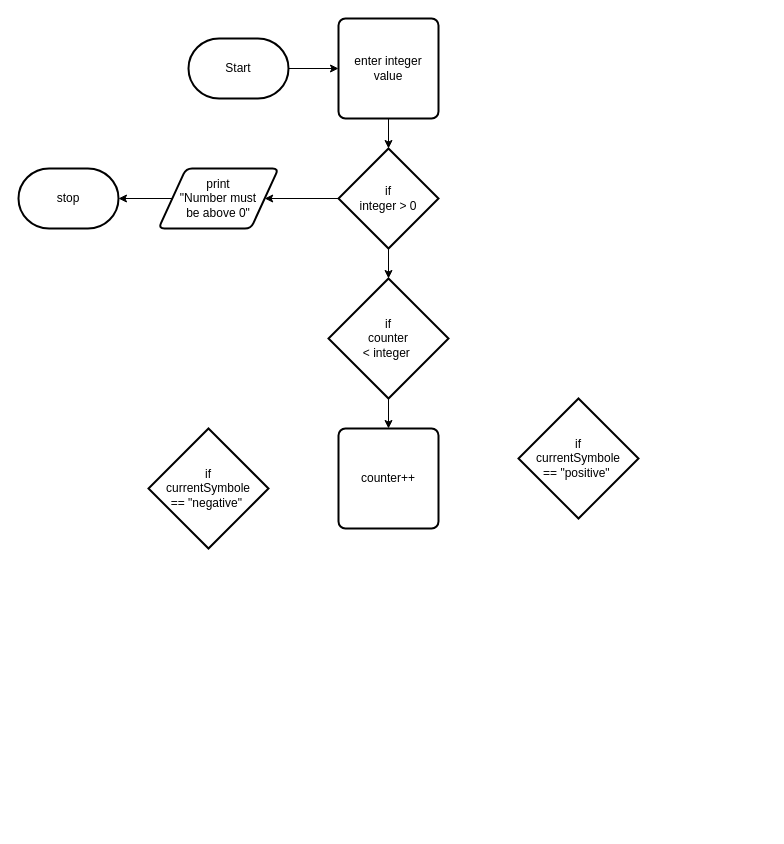
Before: fowchart.drawio in Titus-diceman/ASSIGNMENT-05-HTML, a draw.io diagram. Source tidied: cells renumbered, new cells numbered last; positions are measured from the earlier drawing's top-left corner, leaving out a move shared by most shapes. Both pictures are drawn from the tidied source at 100%, with x=0, y=0 at pixel (18, 18).
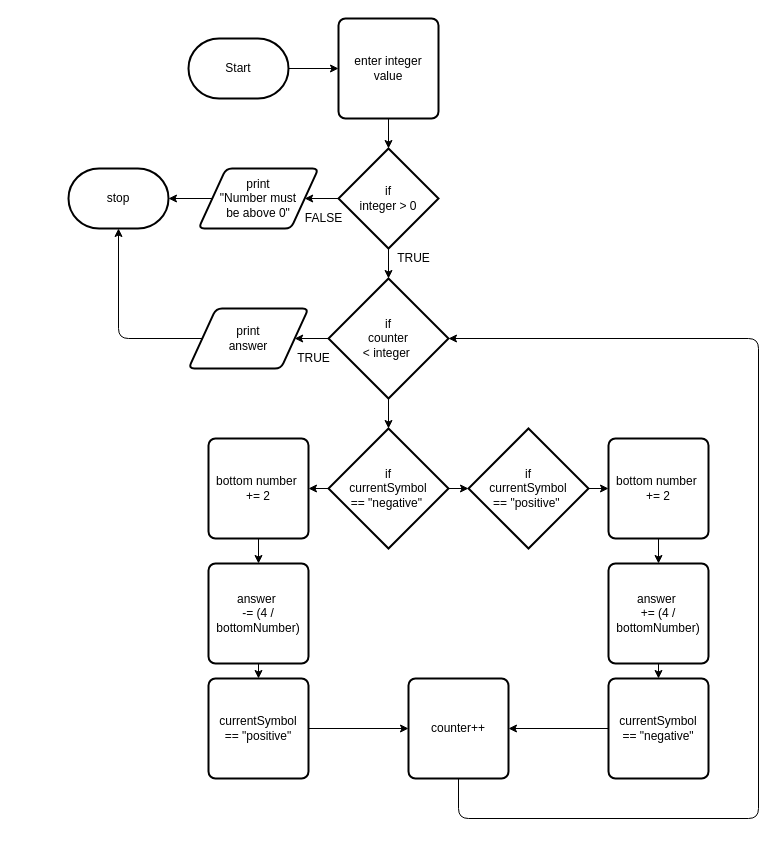
The same diagram, later.

Commit message (it also covers changes not shown here):
finished flowchart

Unchanged cells that the change refers to:
```xml
<mxCell id="14" value="if&lt;br&gt;counter&lt;br&gt;&amp;lt; integer&amp;nbsp;" style="strokeWidth=2;html=1;shape=mxgraph.flowchart.decision;whiteSpace=wrap;" parent="1" vertex="1">
  <mxGeometry x="310" y="260" width="120" height="120" as="geometry" />
</mxCell>
```

Diff of the diagram source:
```diff
@@
-    <mxCell id="10" value="print&lt;br&gt;&quot;Number must &lt;br&gt;be above 0&quot;" style="shape=parallelogram;html=1;strokeWidth=2;perimeter=parallelogramPerimeter;whiteSpace=wrap;rounded=1;arcSize=12;size=0.23;" parent="1" vertex="1">
-      <mxGeometry x="140" y="150" width="120" height="60" as="geometry" />
+    <mxCell id="10" value="print&lt;br&gt;&quot;Number must&lt;br&gt;be above 0&quot;" style="shape=parallelogram;html=1;strokeWidth=2;perimeter=parallelogramPerimeter;whiteSpace=wrap;rounded=1;arcSize=12;size=0.23;" parent="1" vertex="1">
+      <mxGeometry x="180" y="150" width="120" height="60" as="geometry" />
     </mxCell>
+    <mxCell id="17" style="edgeStyle=none;html=1;" parent="1" edge="1" source="11" target="24">
+      <mxGeometry relative="1" as="geometry" />
+    </mxCell>
+    <mxCell id="18" style="edgeStyle=none;html=1;" parent="1" edge="1" source="11" target="12">
+      <mxGeometry relative="1" as="geometry" />
+    </mxCell>
-    <mxCell id="11" value="if&lt;br&gt;currentSymbole&lt;br&gt;== &quot;negative&quot;&amp;nbsp;" style="strokeWidth=2;html=1;shape=mxgraph.flowchart.decision;whiteSpace=wrap;" parent="1" vertex="1">
-      <mxGeometry x="130" y="410" width="120" height="120" as="geometry" />
+    <mxCell id="11" value="if&lt;br&gt;currentSymbol&lt;br&gt;== &quot;negative&quot;&amp;nbsp;" style="strokeWidth=2;html=1;shape=mxgraph.flowchart.decision;whiteSpace=wrap;" parent="1" vertex="1">
+      <mxGeometry x="310" y="410" width="120" height="120" as="geometry" />
     </mxCell>
+    <mxCell id="19" style="edgeStyle=none;html=1;" parent="1" edge="1" source="12" target="39">
+      <mxGeometry relative="1" as="geometry" />
+    </mxCell>
-    <mxCell id="12" value="if&lt;br&gt;currentSymbole&lt;br&gt;== &quot;positive&quot;&amp;nbsp;" style="strokeWidth=2;html=1;shape=mxgraph.flowchart.decision;whiteSpace=wrap;" parent="1" vertex="1">
-      <mxGeometry x="500" y="380" width="120" height="120" as="geometry" />
+    <mxCell id="12" value="if&lt;br&gt;currentSymbol&lt;br&gt;== &quot;positive&quot;&amp;nbsp;" style="strokeWidth=2;html=1;shape=mxgraph.flowchart.decision;whiteSpace=wrap;" parent="1" vertex="1">
+      <mxGeometry x="450" y="410" width="120" height="120" as="geometry" />
     </mxCell>
-    <mxCell id="13" style="edgeStyle=none;html=1;" parent="1" edge="1" source="14" target="15">
-      <mxGeometry relative="1" as="geometry" />
-    </mxCell>
+    <mxCell id="20" style="edgeStyle=none;html=1;" parent="1" edge="1" source="14" target="26">
+      <mxGeometry relative="1" as="geometry" />
+    </mxCell>
+    <mxCell id="21" style="edgeStyle=none;html=1;" parent="1" edge="1" source="14" target="11">
+      <mxGeometry relative="1" as="geometry" />
+    </mxCell>
@@
+    <mxCell id="22" style="edgeStyle=none;html=1;entryX=1;entryY=0.5;entryDx=0;entryDy=0;entryPerimeter=0;" parent="1" edge="1" source="15" target="14">
+      <mxGeometry relative="1" as="geometry">
+        <Array as="points">
+          <mxPoint x="440" y="800" />
+          <mxPoint x="740" y="800" />
+          <mxPoint x="740" y="320" />
+        </Array>
+      </mxGeometry>
+    </mxCell>
     <mxCell id="15" value="counter++" style="rounded=1;whiteSpace=wrap;html=1;absoluteArcSize=1;arcSize=14;strokeWidth=2;" parent="1" vertex="1">
-      <mxGeometry x="320" y="410" width="100" height="100" as="geometry" />
+      <mxGeometry x="390" y="660" width="100" height="100" as="geometry" />
     </mxCell>
     <mxCell id="16" value="stop" style="strokeWidth=2;html=1;shape=mxgraph.flowchart.terminator;whiteSpace=wrap;" parent="1" vertex="1">
-      <mxGeometry y="150" width="100" height="60" as="geometry" />
+      <mxGeometry x="50" y="150" width="100" height="60" as="geometry" />
     </mxCell>
+    <mxCell id="23" style="edgeStyle=none;html=1;" parent="1" edge="1" source="24" target="33">
+      <mxGeometry relative="1" as="geometry" />
+    </mxCell>
+    <mxCell id="24" value="bottom number&amp;nbsp;&lt;br&gt;+= 2" style="rounded=1;whiteSpace=wrap;html=1;absoluteArcSize=1;arcSize=14;strokeWidth=2;" parent="1" vertex="1">
+      <mxGeometry x="190" y="420" width="100" height="100" as="geometry" />
+    </mxCell>
+    <mxCell id="25" style="edgeStyle=none;html=1;" parent="1" edge="1" source="26" target="16">
+      <mxGeometry relative="1" as="geometry">
+        <Array as="points">
+          <mxPoint x="100" y="320" />
+        </Array>
+      </mxGeometry>
+    </mxCell>
+    <mxCell id="26" value="print&lt;br&gt;answer" style="shape=parallelogram;html=1;strokeWidth=2;perimeter=parallelogramPerimeter;whiteSpace=wrap;rounded=1;arcSize=12;size=0.23;" parent="1" vertex="1">
+      <mxGeometry x="170" y="290" width="120" height="60" as="geometry" />
+    </mxCell>
+    <mxCell id="27" value="TRUE" style="text;html=1;align=center;verticalAlign=middle;strokeColor=none;fillColor=none;" parent="1" vertex="1">
+      <mxGeometry x="370" y="230" width="50" height="20" as="geometry" />
+    </mxCell>
+    <mxCell id="28" value="FALSE" style="text;html=1;align=center;verticalAlign=middle;strokeColor=none;fillColor=none;" parent="1" vertex="1">
+      <mxGeometry x="280" y="190" width="50" height="20" as="geometry" />
+    </mxCell>
+    <mxCell id="29" value="TRUE" style="text;html=1;align=center;verticalAlign=middle;strokeColor=none;fillColor=none;" parent="1" vertex="1">
+      <mxGeometry x="270" y="330" width="50" height="20" as="geometry" />
+    </mxCell>
+    <mxCell id="30" style="edgeStyle=none;html=1;" parent="1" edge="1" source="31" target="15">
+      <mxGeometry relative="1" as="geometry" />
+    </mxCell>
+    <mxCell id="31" value="currentSymbol&lt;br&gt;== &quot;positive&quot;" style="rounded=1;whiteSpace=wrap;html=1;absoluteArcSize=1;arcSize=14;strokeWidth=2;" parent="1" vertex="1">
+      <mxGeometry x="190" y="660" width="100" height="100" as="geometry" />
+    </mxCell>
+    <mxCell id="32" style="edgeStyle=none;html=1;" parent="1" edge="1" source="33" target="31">
+      <mxGeometry relative="1" as="geometry" />
+    </mxCell>
+    <mxCell id="33" value="answer&amp;nbsp;&lt;br&gt;-= (4 / bottomNumber)" style="rounded=1;whiteSpace=wrap;html=1;absoluteArcSize=1;arcSize=14;strokeWidth=2;" parent="1" vertex="1">
+      <mxGeometry x="190" y="545" width="100" height="100" as="geometry" />
+    </mxCell>
+    <mxCell id="34" style="edgeStyle=none;html=1;" parent="1" edge="1" source="35" target="37">
+      <mxGeometry relative="1" as="geometry" />
+    </mxCell>
+    <mxCell id="35" value="answer&amp;nbsp;&lt;br&gt;+= (4 / bottomNumber)" style="rounded=1;whiteSpace=wrap;html=1;absoluteArcSize=1;arcSize=14;strokeWidth=2;" parent="1" vertex="1">
+      <mxGeometry x="590" y="545" width="100" height="100" as="geometry" />
+    </mxCell>
+    <mxCell id="36" style="edgeStyle=none;html=1;" parent="1" edge="1" source="37" target="15">
+      <mxGeometry relative="1" as="geometry" />
+    </mxCell>
+    <mxCell id="37" value="currentSymbol&lt;br&gt;== &quot;negative&quot;" style="rounded=1;whiteSpace=wrap;html=1;absoluteArcSize=1;arcSize=14;strokeWidth=2;" parent="1" vertex="1">
+      <mxGeometry x="590" y="660" width="100" height="100" as="geometry" />
+    </mxCell>
+    <mxCell id="38" style="edgeStyle=none;html=1;" parent="1" edge="1" source="39" target="35">
+      <mxGeometry relative="1" as="geometry" />
+    </mxCell>
+    <mxCell id="39" value="bottom number&amp;nbsp;&lt;br&gt;+= 2" style="rounded=1;whiteSpace=wrap;html=1;absoluteArcSize=1;arcSize=14;strokeWidth=2;" parent="1" vertex="1">
+      <mxGeometry x="590" y="420" width="100" height="100" as="geometry" />
+    </mxCell>
```
